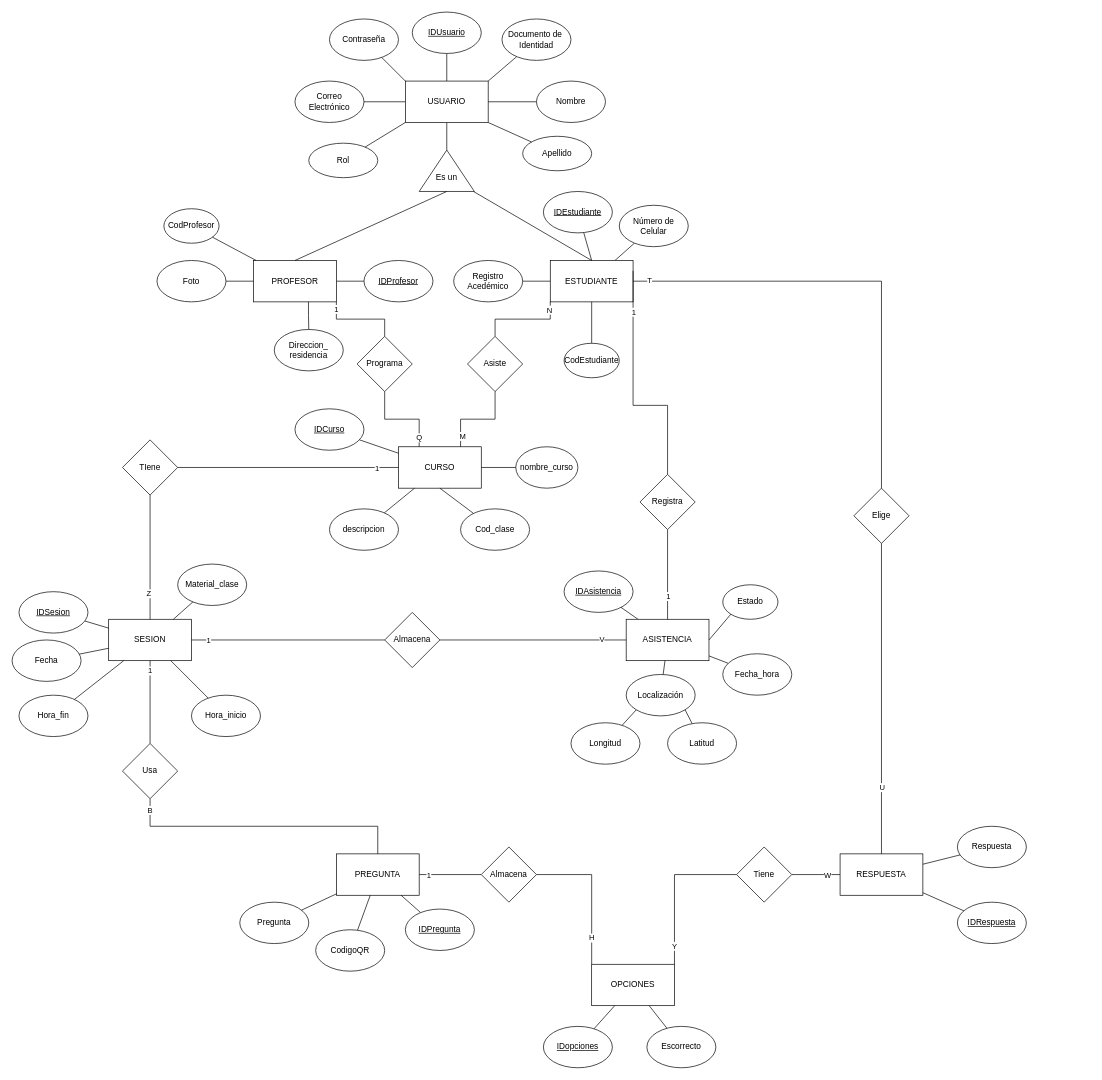
Above: Attenzio Entidad-Relación_02.drawio in 18luisc/Attenzio (draw.io), before the change. Source tidied: cells renumbered, new cells numbered last; positions are measured from the earlier drawing's top-left corner, leaving out a move shared by most shapes. Both pictures are drawn from the tidied source at 69%, with x=0, y=0 at pixel (12, 12).
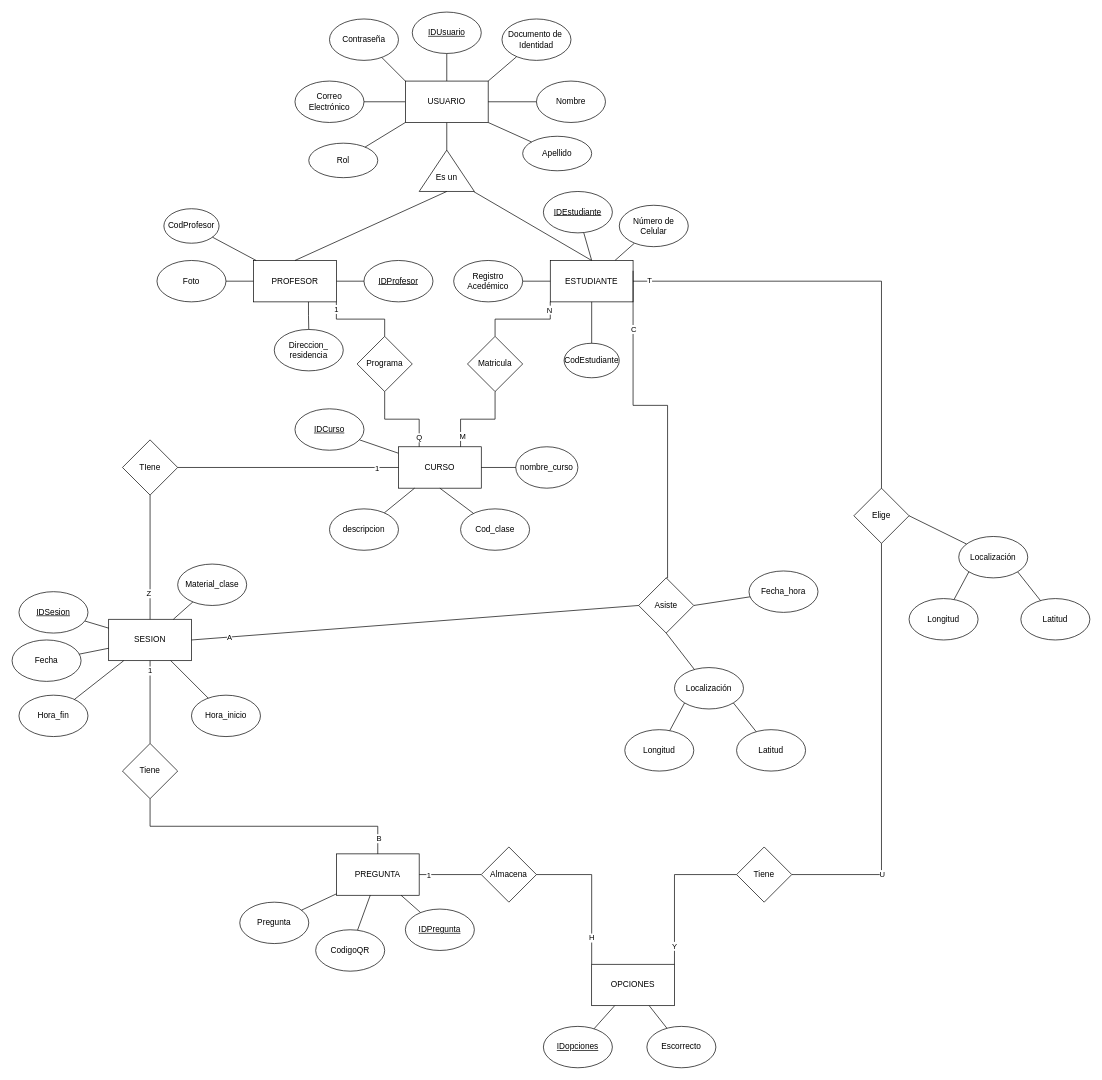
The same page after the edit.

Commit message:
Actualización Retroalimentación

The change refers to these unchanged cells:
```xml
<mxCell id="57" style="rounded=0;jettySize=auto;html=1;endArrow=none;endFill=0;edgeStyle=orthogonalEdgeStyle;entryX=1;entryY=0.25;entryDx=0;entryDy=0;exitX=0.5;exitY=0;exitDx=0;exitDy=0;" parent="1" edge="1" source="61" target="8">
  <mxGeometry relative="1" as="geometry">
    <Array as="points">
      <mxPoint x="950" y="570" />
      <mxPoint x="900" y="570" />
    </Array>
  </mxGeometry>
</mxCell>
<mxCell id="72" value="Elige" style="rhombus;whiteSpace=wrap;html=1;" parent="1" vertex="1">
  <mxGeometry x="1220" y="690" width="80" height="80" as="geometry" />
</mxCell>
<mxCell id="79" value="SESION" style="rounded=0;whiteSpace=wrap;html=1;" parent="1" vertex="1">
  <mxGeometry x="140" y="880" width="120" height="60" as="geometry" />
</mxCell>
<mxCell id="120" value="Tiene" style="rhombus;whiteSpace=wrap;html=1;" parent="1" vertex="1">
  <mxGeometry x="1050" y="1210" width="80" height="80" as="geometry" />
</mxCell>
<mxCell id="133" style="endArrow=none;html=1;rounded=0;exitX=0.5;exitY=1;exitDx=0;exitDy=0;entryX=0.5;entryY=0;entryDx=0;entryDy=0;edgeStyle=orthogonalEdgeStyle;" parent="1" edge="1" source="94" target="20">
  <mxGeometry relative="1" as="geometry" />
</mxCell>
```

Change to the diagram source:
```diff
@@
-    <mxCell id="15" style="rounded=0;jettySize=auto;html=1;endArrow=none;endFill=0;" parent="1" edge="1" source="17" target="48">
-      <mxGeometry relative="1" as="geometry" />
-    </mxCell>
-    <mxCell id="16" style="rounded=0;jettySize=auto;html=1;endArrow=none;endFill=0;" parent="1" edge="1" source="17" target="41">
+    <mxCell id="16" style="rounded=0;jettySize=auto;html=1;endArrow=none;endFill=0;exitX=1;exitY=0.5;exitDx=0;exitDy=0;" parent="1" edge="1" source="61" target="41">
       <mxGeometry relative="1" as="geometry" />
     </mxCell>
-    <mxCell id="17" value="ASISTENCIA" style="rounded=0;whiteSpace=wrap;html=1;" parent="1" vertex="1">
-      <mxGeometry x="890" y="880" width="120" height="60" as="geometry" />
-    </mxCell>
@@
     <mxCell id="41" value="Fecha_hora" style="ellipse;whiteSpace=wrap;html=1;" parent="1" vertex="1">
-      <mxGeometry x="1030" y="930" width="100" height="60" as="geometry" />
+      <mxGeometry x="1068" y="810" width="100" height="60" as="geometry" />
     </mxCell>
-    <mxCell id="42" style="rounded=0;jettySize=auto;html=1;endArrow=none;endFill=0;" parent="1" edge="1" source="43" target="17">
+    <mxCell id="42" style="rounded=0;jettySize=auto;html=1;endArrow=none;endFill=0;entryX=0.5;entryY=1;entryDx=0;entryDy=0;" parent="1" edge="1" source="43" target="61">
       <mxGeometry relative="1" as="geometry" />
     </mxCell>
     <mxCell id="43" value="Localización" style="ellipse;whiteSpace=wrap;html=1;" parent="1" vertex="1">
-      <mxGeometry x="890" y="960" width="100" height="60" as="geometry" />
+      <mxGeometry x="960" y="950" width="100" height="60" as="geometry" />
     </mxCell>
@@
     <mxCell id="45" value="Longitud" style="ellipse;whiteSpace=wrap;html=1;" parent="1" vertex="1">
-      <mxGeometry x="810" y="1030" width="100" height="60" as="geometry" />
+      <mxGeometry x="888" y="1040" width="100" height="60" as="geometry" />
     </mxCell>
@@
     <mxCell id="47" value="Latitud" style="ellipse;whiteSpace=wrap;html=1;" parent="1" vertex="1">
-      <mxGeometry x="950" y="1030" width="100" height="60" as="geometry" />
+      <mxGeometry x="1050" y="1040" width="100" height="60" as="geometry" />
     </mxCell>
-    <mxCell id="48" value="&lt;u&gt;IDAsistencia&lt;/u&gt;" style="ellipse;whiteSpace=wrap;html=1;" parent="1" vertex="1">
-      <mxGeometry x="800" y="810" width="100" height="60" as="geometry" />
-    </mxCell>
@@
-    <mxCell id="58" value="1" style="edgeLabel;html=1;align=center;verticalAlign=middle;" parent="57" vertex="1">
+    <mxCell id="58" value="C" style="edgeLabel;html=1;align=center;verticalAlign=middle;" parent="57" vertex="1">
       <mxGeometry x="0.66" relative="1" as="geometry" />
     </mxCell>
-    <mxCell id="59" style="rounded=0;jettySize=auto;html=1;endArrow=none;endFill=0;edgeStyle=orthogonalEdgeStyle;" parent="1" edge="1" source="61" target="17">
-      <mxGeometry relative="1" as="geometry" />
-    </mxCell>
-    <mxCell id="60" value="1" style="edgeLabel;html=1;align=center;verticalAlign=middle;" parent="59" vertex="1">
-      <mxGeometry x="0.47" relative="1" as="geometry" />
-    </mxCell>
-    <mxCell id="61" value="Registra" style="rhombus;whiteSpace=wrap;html=1;" parent="1" vertex="1">
-      <mxGeometry x="910" y="670" width="80" height="80" as="geometry" />
+    <mxCell id="61" value="Asiste" style="rhombus;whiteSpace=wrap;html=1;" parent="1" vertex="1">
+      <mxGeometry x="908" y="820" width="80" height="80" as="geometry" />
     </mxCell>
@@
-    <mxCell id="66" value="Asiste" style="rhombus;whiteSpace=wrap;html=1;" parent="1" vertex="1">
+    <mxCell id="66" value="Matricula" style="rhombus;whiteSpace=wrap;html=1;" parent="1" vertex="1">
       <mxGeometry x="660" y="470" width="80" height="80" as="geometry" />
     </mxCell>
@@
-    <mxCell id="77" value="Estado" style="ellipse;whiteSpace=wrap;html=1;" parent="1" vertex="1">
-      <mxGeometry x="1030" y="830" width="80" height="50" as="geometry" />
-    </mxCell>
-    <mxCell id="78" style="endArrow=none;html=1;rounded=0;entryX=0;entryY=1;entryDx=0;entryDy=0;exitX=1;exitY=0.5;exitDx=0;exitDy=0;" parent="1" edge="1" source="17" target="77">
-      <mxGeometry relative="1" as="geometry" />
-    </mxCell>
@@
-    <mxCell id="93" value="Almacena" style="rhombus;whiteSpace=wrap;html=1;" parent="1" vertex="1">
-      <mxGeometry x="540" y="870" width="80" height="80" as="geometry" />
-    </mxCell>
-    <mxCell id="94" value="Usa" style="rhombus;whiteSpace=wrap;html=1;" parent="1" vertex="1">
+    <mxCell id="94" value="Tiene" style="rhombus;whiteSpace=wrap;html=1;" parent="1" vertex="1">
       <mxGeometry x="160" y="1060" width="80" height="80" as="geometry" />
     </mxCell>
-    <mxCell id="95" style="edgeStyle=orthogonalEdgeStyle;rounded=0;jettySize=auto;html=1;endArrow=none;endFill=0;" parent="1" edge="1" source="97" target="120">
-      <mxGeometry relative="1" as="geometry" />
-    </mxCell>
-    <mxCell id="96" value="W" style="edgeLabel;html=1;align=center;verticalAlign=middle;" parent="95" vertex="1">
-      <mxGeometry x="-0.47" y="1" relative="1" as="geometry" />
-    </mxCell>
-    <mxCell id="97" value="RESPUESTA" style="rounded=0;whiteSpace=wrap;html=1;" parent="1" vertex="1">
-      <mxGeometry x="1200" y="1220" width="120" height="60" as="geometry" />
-    </mxCell>
-    <mxCell id="98" value="&lt;u&gt;IDRespuesta&lt;/u&gt;" style="ellipse;whiteSpace=wrap;html=1;" parent="1" vertex="1">
-      <mxGeometry x="1370" y="1290" width="100" height="60" as="geometry" />
-    </mxCell>
@@
-    <mxCell id="102" value="Respuesta" style="ellipse;whiteSpace=wrap;html=1;" parent="1" vertex="1">
-      <mxGeometry x="1370" y="1180" width="100" height="60" as="geometry" />
-    </mxCell>
-    <mxCell id="103" style="endArrow=none;html=1;rounded=0;" parent="1" edge="1" source="98" target="97">
-      <mxGeometry relative="1" as="geometry" />
-    </mxCell>
-    <mxCell id="104" style="endArrow=none;html=1;rounded=0;" parent="1" edge="1" source="102" target="97">
-      <mxGeometry relative="1" as="geometry" />
-    </mxCell>
-    <mxCell id="105" style="endArrow=none;html=1;rounded=0;" parent="1" edge="1" source="97" target="72">
+    <mxCell id="105" style="endArrow=none;html=1;rounded=0;exitX=1;exitY=0.5;exitDx=0;exitDy=0;edgeStyle=orthogonalEdgeStyle;" parent="1" edge="1" source="120" target="72">
       <mxGeometry relative="1" as="geometry" />
     </mxCell>
@@
-    <mxCell id="127" style="endArrow=none;html=1;rounded=0;exitX=1;exitY=0.5;exitDx=0;exitDy=0;entryX=0;entryY=0.5;entryDx=0;entryDy=0;" parent="1" edge="1" source="79" target="93">
+    <mxCell id="127" style="endArrow=none;html=1;rounded=0;exitX=1;exitY=0.5;exitDx=0;exitDy=0;entryX=0;entryY=0.5;entryDx=0;entryDy=0;" parent="1" edge="1" source="79" target="61">
       <mxGeometry relative="1" as="geometry" />
     </mxCell>
-    <mxCell id="128" value="1" style="edgeLabel;html=1;align=center;verticalAlign=middle;" parent="127" vertex="1">
+    <mxCell id="128" value="A" style="edgeLabel;html=1;align=center;verticalAlign=middle;" parent="127" vertex="1">
       <mxGeometry x="-0.83" relative="1" as="geometry" />
     </mxCell>
-    <mxCell id="129" style="endArrow=none;html=1;rounded=0;exitX=1;exitY=0.5;exitDx=0;exitDy=0;entryX=0;entryY=0.5;entryDx=0;entryDy=0;" parent="1" edge="1" source="93" target="17">
-      <mxGeometry relative="1" as="geometry" />
-    </mxCell>
-    <mxCell id="130" value="V" style="edgeLabel;html=1;align=center;verticalAlign=middle;" parent="129" vertex="1">
-      <mxGeometry x="0.73" y="2" relative="1" as="geometry" />
-    </mxCell>
@@
     <mxCell id="134" value="B" style="edgeLabel;html=1;align=center;verticalAlign=middle;" parent="133" vertex="1">
-      <mxGeometry x="-0.92" y="-1" relative="1" as="geometry" />
+      <mxGeometry x="0.89" y="1" relative="1" as="geometry" />
     </mxCell>
+    <mxCell id="135" style="rounded=0;jettySize=auto;html=1;endArrow=none;endFill=0;entryX=1;entryY=0.5;entryDx=0;entryDy=0;" parent="1" edge="1" source="136" target="72">
+      <mxGeometry relative="1" as="geometry" />
+    </mxCell>
+    <mxCell id="136" value="Localización" style="ellipse;whiteSpace=wrap;html=1;" parent="1" vertex="1">
+      <mxGeometry x="1372" y="760" width="100" height="60" as="geometry" />
+    </mxCell>
+    <mxCell id="137" style="rounded=0;jettySize=auto;html=1;entryX=0;entryY=1;entryDx=0;entryDy=0;endArrow=none;endFill=0;" parent="1" edge="1" source="138" target="136">
+      <mxGeometry relative="1" as="geometry" />
+    </mxCell>
+    <mxCell id="138" value="Longitud" style="ellipse;whiteSpace=wrap;html=1;" parent="1" vertex="1">
+      <mxGeometry x="1300" y="850" width="100" height="60" as="geometry" />
+    </mxCell>
+    <mxCell id="139" style="rounded=0;jettySize=auto;html=1;endArrow=none;endFill=0;entryX=1;entryY=1;entryDx=0;entryDy=0;" parent="1" edge="1" source="140" target="136">
+      <mxGeometry relative="1" as="geometry" />
+    </mxCell>
+    <mxCell id="140" value="Latitud" style="ellipse;whiteSpace=wrap;html=1;" parent="1" vertex="1">
+      <mxGeometry x="1462" y="850" width="100" height="60" as="geometry" />
+    </mxCell>
```
